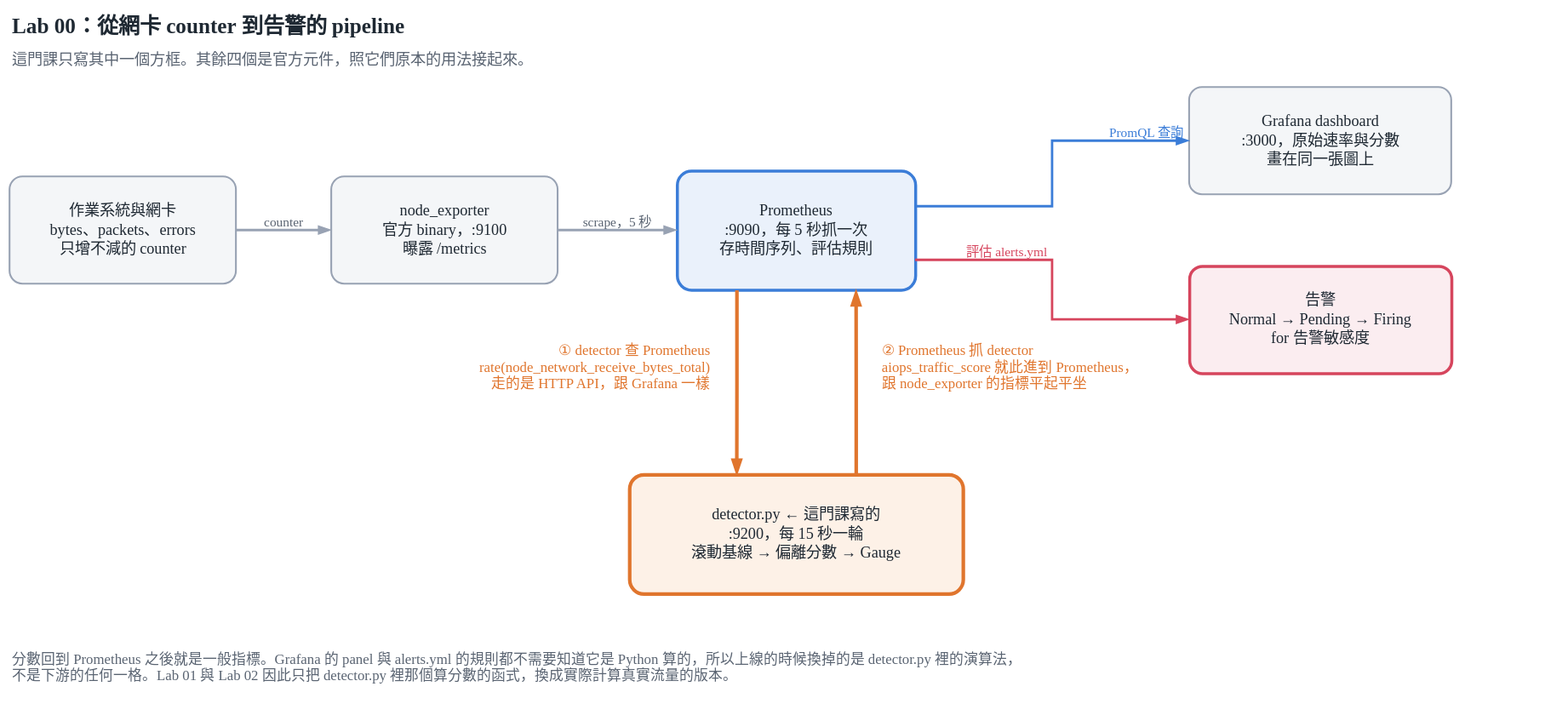
This is labs/workshop/diagrams/lab00_pipeline.svg from kevin880987/aiops-anomaly-zero-to-hero, a draw.io export, as it was before one commit. Source tidied: cells renumbered, new cells last; positions are measured from the earlier drawing's top-left corner, leaving out a move shared by most shapes.
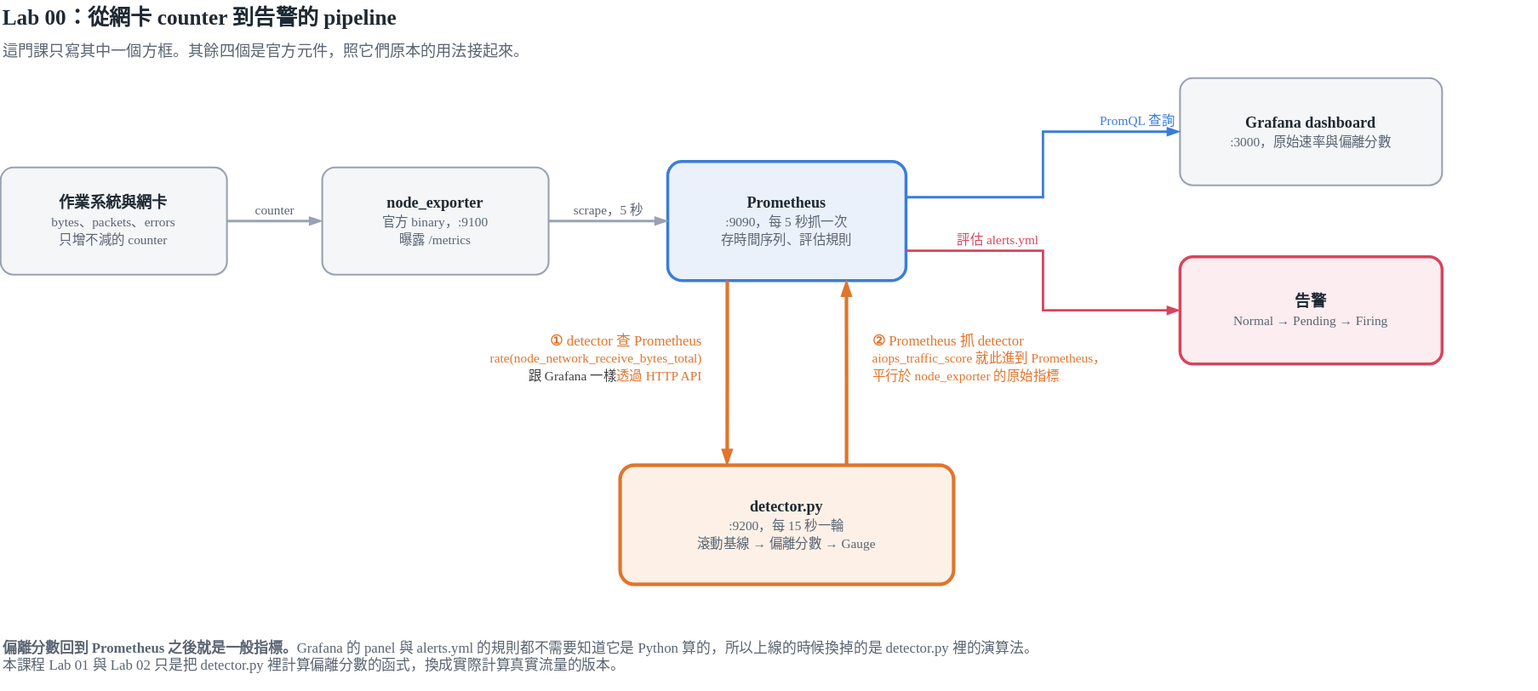
After the commit.

Commit message:
圖表：偏離分數與原始指標的用詞對齊，重建 SVG

lab00 的四處分數改成偏離分數、指標改成原始指標，lab02 的分數改成異常分數。
專案裡分數與指標指的是不同層，先前有幾處只寫了裸詞。

Change to the diagram source:
```diff
@@ -17,13 +17,13 @@
     <mxCell id="6" value="&lt;b&gt;Prometheus&lt;/b&gt;&lt;br/&gt;&lt;span style=&quot;font-size:11px;color:#5A6472&quot;&gt;:9090，每 5 秒抓一次&lt;br/&gt;存時間序列、評估規則&lt;/span&gt;" style="rounded=1;arcSize=12;whiteSpace=wrap;html=1;fillColor=#EAF1FB;strokeColor=#3B7DD8;strokeWidth=2.5;fontFamily=Georgia;fontSize=13;fontColor=#1F2933;" parent="1" vertex="1">
       <mxGeometry x="560" y="135" width="200" height="100" as="geometry" />
     </mxCell>
-    <mxCell id="7" value="&lt;b&gt;detector.py&lt;/b&gt;&lt;span style=&quot;color:#E0752D&quot;&gt;　← 這門課寫的&lt;/span&gt;&lt;br/&gt;&lt;span style=&quot;font-size:11px;color:#5A6472&quot;&gt;:9200，每 15 秒一輪&lt;br/&gt;滾動基線 → 偏離分數 → Gauge&lt;/span&gt;" style="rounded=1;arcSize=12;whiteSpace=wrap;html=1;fillColor=#FDF1E7;strokeColor=#E0752D;strokeWidth=3;fontFamily=Georgia;fontSize=13;fontColor=#1F2933;" parent="1" vertex="1">
+    <mxCell id="7" value="&lt;b&gt;detector.py&lt;/b&gt;&lt;br&gt;&lt;span style=&quot;font-size: 11px; color: rgb(90, 100, 114);&quot;&gt;:9200，每 15 秒一輪&lt;br&gt;滾動基線 → 偏離分數 → Gauge&lt;/span&gt;" style="rounded=1;arcSize=12;whiteSpace=wrap;html=1;fillColor=#FDF1E7;strokeColor=#E0752D;strokeWidth=3;fontFamily=Georgia;fontSize=13;fontColor=#1F2933;" parent="1" vertex="1">
       <mxGeometry x="520" y="390" width="280" height="100" as="geometry" />
     </mxCell>
-    <mxCell id="8" value="&lt;b&gt;Grafana dashboard&lt;/b&gt;&lt;br/&gt;&lt;span style=&quot;font-size:11px;color:#5A6472&quot;&gt;:3000，原始速率與分數&lt;br/&gt;畫在同一張圖上&lt;/span&gt;" style="rounded=1;arcSize=12;whiteSpace=wrap;html=1;fillColor=#F4F6F8;strokeColor=#98A2B3;strokeWidth=1.5;fontFamily=Georgia;fontSize=13;fontColor=#1F2933;" parent="1" vertex="1">
+    <mxCell id="8" value="&lt;b&gt;Grafana dashboard&lt;/b&gt;&lt;br&gt;&lt;span style=&quot;font-size: 11px; color: rgb(90, 100, 114);&quot;&gt;:3000，原始速率與偏離分數&lt;br&gt;&lt;/span&gt;" style="rounded=1;arcSize=12;whiteSpace=wrap;html=1;fillColor=#F4F6F8;strokeColor=#98A2B3;strokeWidth=1.5;fontFamily=Georgia;fontSize=13;fontColor=#1F2933;" parent="1" vertex="1">
       <mxGeometry x="990" y="65" width="220" height="90" as="geometry" />
     </mxCell>
-    <mxCell id="9" value="&lt;b&gt;告警&lt;/b&gt;&lt;br&gt;&lt;span style=&quot;font-size: 11px; color: rgb(90, 100, 114);&quot;&gt;Normal → Pending → Firing&lt;br&gt;for 告警敏感度&lt;/span&gt;" style="rounded=1;arcSize=12;whiteSpace=wrap;html=1;fillColor=#FBEDF0;strokeColor=#D6455D;strokeWidth=2.5;fontFamily=Georgia;fontSize=13;fontColor=#1F2933;" parent="1" vertex="1">
+    <mxCell id="9" value="&lt;b&gt;告警&lt;/b&gt;&lt;br&gt;&lt;span style=&quot;font-size: 11px; color: rgb(90, 100, 114);&quot;&gt;Normal → Pending → Firing&lt;br&gt;&lt;/span&gt;" style="rounded=1;arcSize=12;whiteSpace=wrap;html=1;fillColor=#FBEDF0;strokeColor=#D6455D;strokeWidth=2.5;fontFamily=Georgia;fontSize=13;fontColor=#1F2933;" parent="1" vertex="1">
       <mxGeometry x="990" y="215" width="220" height="90" as="geometry" />
     </mxCell>
     <mxCell id="10" value="counter" style="edgeStyle=orthogonalEdgeStyle;rounded=0;html=1;strokeColor=#98A2B3;strokeWidth=2;fontFamily=Georgia;fontSize=11;fontColor=#5A6472;verticalAlign=bottom;labelBackgroundColor=none;endArrow=blockThin;endFill=1;" parent="1" edge="1" source="4" target="5">
@@ -44,13 +44,13 @@
     <mxCell id="15" style="edgeStyle=orthogonalEdgeStyle;rounded=0;html=1;strokeColor=#E0752D;strokeWidth=3;endArrow=blockThin;endFill=1;exitX=0.679;exitY=0;exitDx=0;exitDy=0;entryX=0.75;entryY=1;entryDx=0;entryDy=0;" parent="1" edge="1" source="7" target="6">
       <mxGeometry relative="1" as="geometry" />
     </mxCell>
-    <mxCell id="16" value="&lt;b&gt;①&lt;/b&gt; detector 查 Prometheus&lt;br/&gt;&lt;span style=&quot;font-size:11px&quot;&gt;rate(node_network_receive_bytes_total)&lt;br/&gt;走的是 HTTP API，跟 Grafana 一樣&lt;/span&gt;" style="text;html=1;align=right;verticalAlign=middle;fontFamily=Georgia;fontSize=12;fontColor=#E0752D;" parent="1" vertex="1">
+    <mxCell id="16" value="&lt;b&gt;①&lt;/b&gt; detector 查 Prometheus&lt;br&gt;&lt;span style=&quot;font-size:11px&quot;&gt;rate(node_network_receive_bytes_total)&lt;br&gt;&lt;/span&gt;&lt;span style=&quot;color: rgb(63, 63, 63); font-size: 11px;&quot;&gt;跟 Grafana 一樣&lt;/span&gt;&lt;span style=&quot;font-size:11px&quot;&gt;透過 HTTP API&lt;/span&gt;" style="text;html=1;align=right;verticalAlign=middle;fontFamily=Georgia;fontSize=12;fontColor=#E0752D;" parent="1" vertex="1">
       <mxGeometry x="140" y="270" width="450" height="60" as="geometry" />
     </mxCell>
-    <mxCell id="17" value="&lt;b&gt;②&lt;/b&gt; Prometheus 抓 detector&lt;br/&gt;&lt;span style=&quot;font-size:11px&quot;&gt;aiops_traffic_score 就此進到 Prometheus，&lt;br/&gt;跟 node_exporter 的指標平起平坐&lt;/span&gt;" style="text;html=1;align=left;verticalAlign=middle;fontFamily=Georgia;fontSize=12;fontColor=#E0752D;" parent="1" vertex="1">
+    <mxCell id="17" value="&lt;b&gt;②&lt;/b&gt; Prometheus 抓 detector&lt;br&gt;&lt;span style=&quot;font-size:11px&quot;&gt;aiops_traffic_score 就此進到 Prometheus，&lt;br&gt;平行於 node_exporter 的原始指標&lt;/span&gt;" style="text;html=1;align=left;verticalAlign=middle;fontFamily=Georgia;fontSize=12;fontColor=#E0752D;" parent="1" vertex="1">
       <mxGeometry x="730" y="270" width="440" height="60" as="geometry" />
     </mxCell>
-    <mxCell id="18" value="&lt;b&gt;分數回到 Prometheus 之後就是一般指標。&lt;/b&gt;Grafana 的 panel 與 alerts.yml 的規則都不需要知道它是 Python 算的，所以上線的時候換掉的是 detector.py 裡的演算法，&lt;br&gt;不是下游的任何一格。Lab 01 與 Lab 02 因此只把 detector.py 裡那個算分數的函式，換成實際計算真實流量的版本。" style="text;html=1;align=left;verticalAlign=top;fontFamily=Georgia;fontSize=12;fontColor=#5A6472;" parent="1" vertex="1">
+    <mxCell id="18" value="&lt;b&gt;偏離分數回到 Prometheus 之後就是一般指標。&lt;/b&gt;Grafana 的 panel 與 alerts.yml 的規則都不需要知道它是 Python 算的，所以上線的時候換掉的是 detector.py 裡的演算法。&lt;div&gt;本課程 Lab 01 與 Lab 02 只是把 detector.py 裡計算偏離分數的函式，換成實際計算真實流量的版本。&lt;/div&gt;" style="text;html=1;align=left;verticalAlign=top;fontFamily=Georgia;fontSize=12;fontColor=#5A6472;" parent="1" vertex="1">
       <mxGeometry y="530" width="1290" height="50" as="geometry" />
     </mxCell>
   </root>
```
